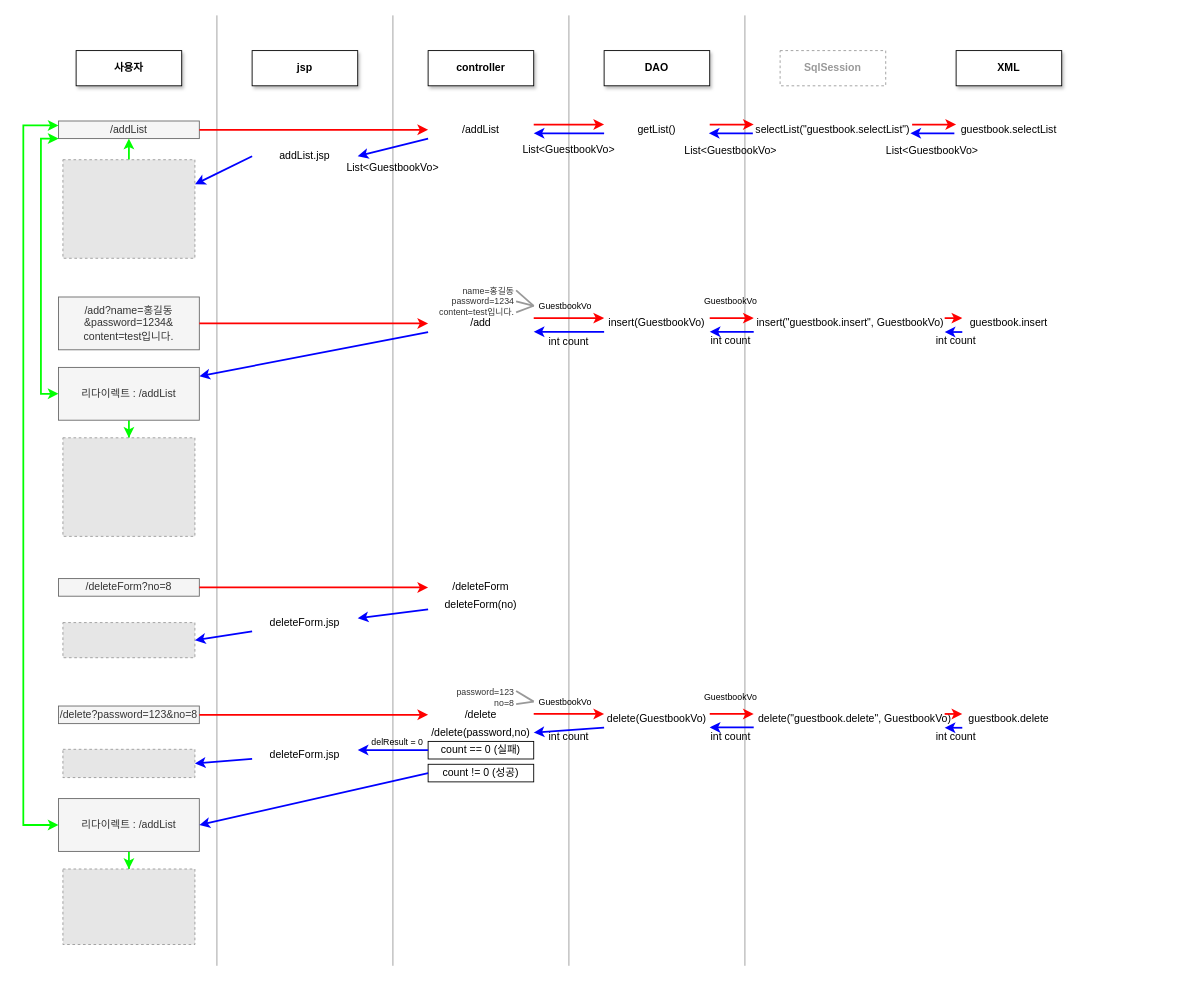
This is 시퀀스다이어그램(약식).drawio from jeter5274/guestbook5, a draw.io file, before an edit. Source tidied: cells renumbered, new cells numbered last; positions are measured from the earlier drawing's top-left corner, leaving out a move shared by most shapes. Both pictures are drawn from the tidied source at 88%, with x=0, y=0 at pixel (23, 15). Pictures stored in the file or linked from it are replaced by grey dashed boxes.
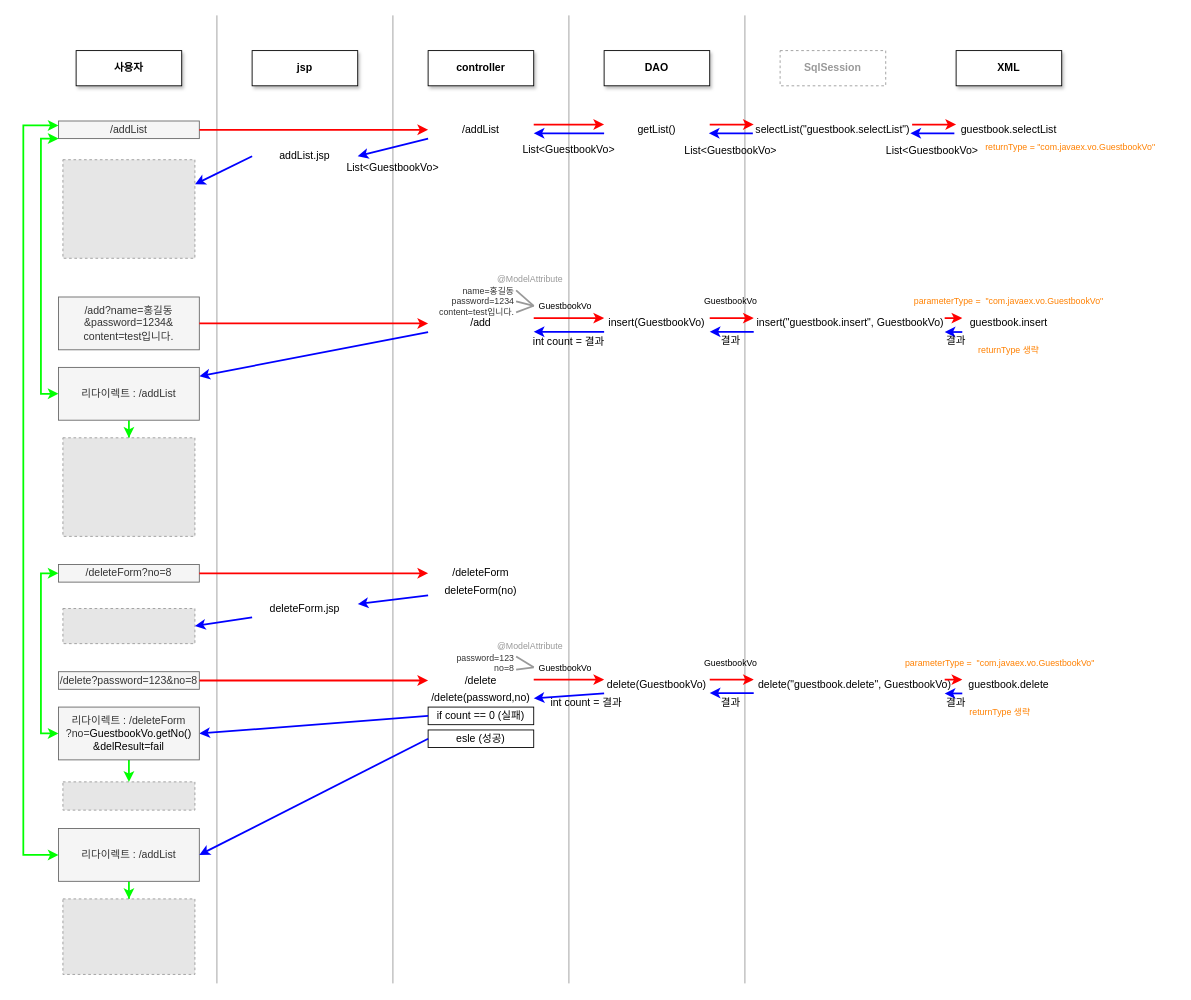
After the change.

The change refers to these unchanged cells:
```xml
<mxCell id="12" value="&lt;font&gt;/addList&lt;/font&gt;" style="rounded=0;whiteSpace=wrap;html=1;shadow=0;glass=0;sketch=0;strokeColor=#666666;fillColor=#f5f5f5;fontColor=#333333;" parent="1" vertex="1">
  <mxGeometry x="40" y="120" width="160" height="20" as="geometry" />
</mxCell>
<mxCell id="32" style="fillColor=#E6E6E6;strokeColor=#999999;dashed=1;verticalLabelPosition=bottom;labelBackgroundColor=#ffffff;verticalAlign=top;" parent="1" vertex="1">
  <mxGeometry x="45" y="164" width="150" height="112" as="geometry" />
</mxCell>
```

The edit, as a diff of the source:
```diff
@@
     <mxCell id="8" style="endArrow=none;html=1;strokeColor=#999999;" parent="1" edge="1">
       <mxGeometry relative="1" as="geometry">
-        <mxPoint x="220" y="1080" as="sourcePoint" />
+        <mxPoint x="220" y="1100" as="sourcePoint" />
         <mxPoint x="220" as="targetPoint" />
       </mxGeometry>
     </mxCell>
     <mxCell id="9" style="endArrow=none;html=1;strokeColor=#999999;" parent="1" edge="1">
       <mxGeometry relative="1" as="geometry">
-        <mxPoint x="420" y="1080" as="sourcePoint" />
+        <mxPoint x="420" y="1100" as="sourcePoint" />
         <mxPoint x="420" as="targetPoint" />
       </mxGeometry>
     </mxCell>
     <mxCell id="10" style="endArrow=none;html=1;strokeColor=#999999;" parent="1" edge="1">
       <mxGeometry relative="1" as="geometry">
-        <mxPoint x="620" y="1080" as="sourcePoint" />
+        <mxPoint x="620" y="1100" as="sourcePoint" />
         <mxPoint x="620" as="targetPoint" />
       </mxGeometry>
     </mxCell>
     <mxCell id="11" style="endArrow=none;html=1;strokeColor=#999999;" parent="1" edge="1">
       <mxGeometry relative="1" as="geometry">
-        <mxPoint x="820" y="1080" as="sourcePoint" />
+        <mxPoint x="820" y="1100" as="sourcePoint" />
         <mxPoint x="820" as="targetPoint" />
       </mxGeometry>
     </mxCell>
@@
-    <mxCell id="31" style="edgeStyle=orthogonalEdgeStyle;rounded=0;jettySize=auto;html=1;startArrow=none;startFill=0;strokeColor=#00FF00;strokeWidth=2;fontSize=10;fontColor=#000000;" parent="1" edge="1" source="32" target="12">
-      <mxGeometry relative="1" as="geometry" />
-    </mxCell>
@@
-    <mxCell id="48" value="int&amp;nbsp;count" style="text;html=1;strokeColor=none;fillColor=none;align=center;verticalAlign=middle;whiteSpace=wrap;rounded=0;shadow=0;glass=0;sketch=0;fontColor=#000000;" parent="1" vertex="1">
+    <mxCell id="48" value="결과" style="text;html=1;strokeColor=none;fillColor=none;align=center;verticalAlign=middle;whiteSpace=wrap;rounded=0;shadow=0;glass=0;sketch=0;fontColor=#000000;" parent="1" vertex="1">
       <mxGeometry x="1000" y="360" width="120" height="20" as="geometry" />
     </mxCell>
-    <mxCell id="49" value="int&amp;nbsp;count" style="text;html=1;strokeColor=none;fillColor=none;align=center;verticalAlign=middle;whiteSpace=wrap;rounded=0;shadow=0;glass=0;sketch=0;fontColor=#000000;" parent="1" vertex="1">
+    <mxCell id="49" value="결과" style="text;html=1;strokeColor=none;fillColor=none;align=center;verticalAlign=middle;whiteSpace=wrap;rounded=0;shadow=0;glass=0;sketch=0;fontColor=#000000;" parent="1" vertex="1">
       <mxGeometry x="744" y="360" width="120" height="20" as="geometry" />
     </mxCell>
@@
-    <mxCell id="51" value="int count" style="text;html=1;strokeColor=none;fillColor=none;align=center;verticalAlign=middle;whiteSpace=wrap;rounded=0;shadow=0;glass=0;sketch=0;fontColor=#000000;" parent="1" vertex="1">
+    <mxCell id="51" value="int count = 결과" style="text;html=1;strokeColor=none;fillColor=none;align=center;verticalAlign=middle;whiteSpace=wrap;rounded=0;shadow=0;glass=0;sketch=0;fontColor=#000000;" parent="1" vertex="1">
       <mxGeometry x="560" y="360.5" width="120" height="20" as="geometry" />
     </mxCell>
@@
     <mxCell id="59" value="&lt;font&gt;/deleteForm?no=8&lt;/font&gt;" style="rounded=0;whiteSpace=wrap;html=1;shadow=0;glass=0;sketch=0;strokeColor=#666666;fillColor=#f5f5f5;fontColor=#333333;" parent="1" vertex="1">
-      <mxGeometry x="40" y="640" width="160" height="20" as="geometry" />
+      <mxGeometry x="40" y="624" width="160" height="20" as="geometry" />
     </mxCell>
     <mxCell id="60" value="/deleteForm" style="text;html=1;strokeColor=none;fillColor=none;align=center;verticalAlign=middle;whiteSpace=wrap;rounded=0;shadow=0;glass=0;sketch=0;fontColor=#000000;" parent="1" vertex="1">
-      <mxGeometry x="460" y="640" width="120" height="20" as="geometry" />
+      <mxGeometry x="460" y="624" width="120" height="20" as="geometry" />
     </mxCell>
     <mxCell id="61" style="endArrow=classic;html=1;fontColor=#000000;exitX=1;exitY=0.5;exitDx=0;exitDy=0;strokeWidth=2;strokeColor=#FF0000;entryX=0;entryY=0.5;entryDx=0;entryDy=0;" parent="1" edge="1" target="60">
       <mxGeometry relative="1" as="geometry">
-        <mxPoint x="200" y="650" as="sourcePoint" />
+        <mxPoint x="200" y="634" as="sourcePoint" />
       </mxGeometry>
     </mxCell>
     <mxCell id="62" value="deleteForm(no)" style="text;html=1;strokeColor=none;fillColor=none;align=center;verticalAlign=middle;whiteSpace=wrap;rounded=0;shadow=0;glass=0;sketch=0;fontColor=#000000;" parent="1" vertex="1">
-      <mxGeometry x="460" y="660" width="120" height="20" as="geometry" />
+      <mxGeometry x="460" y="644" width="120" height="20" as="geometry" />
     </mxCell>
@@
     <mxCell id="64" style="fillColor=#E6E6E6;strokeColor=#999999;dashed=1;verticalLabelPosition=bottom;labelBackgroundColor=#ffffff;verticalAlign=top;" parent="1" vertex="1">
-      <mxGeometry x="45" y="690" width="150" height="39.9" as="geometry" />
+      <mxGeometry x="45" y="674" width="150" height="39.9" as="geometry" />
     </mxCell>
     <mxCell id="65" value="&lt;font&gt;/delete?password=123&amp;amp;no=8&lt;/font&gt;" style="rounded=0;whiteSpace=wrap;html=1;shadow=0;glass=0;sketch=0;strokeColor=#666666;fillColor=#f5f5f5;fontColor=#333333;" parent="1" vertex="1">
-      <mxGeometry x="40" y="784.8" width="160" height="20" as="geometry" />
+      <mxGeometry x="40" y="745.8" width="160" height="20" as="geometry" />
     </mxCell>
     <mxCell id="66" value="/delete" style="text;html=1;strokeColor=none;fillColor=none;align=center;verticalAlign=middle;whiteSpace=wrap;rounded=0;shadow=0;glass=0;sketch=0;fontColor=#000000;" parent="1" vertex="1">
-      <mxGeometry x="460" y="784.8" width="120" height="20" as="geometry" />
+      <mxGeometry x="460" y="745.8" width="120" height="20" as="geometry" />
     </mxCell>
@@
     <mxCell id="68" value="GuestbookVo" style="text;html=1;strokeColor=none;fillColor=none;align=center;verticalAlign=middle;whiteSpace=wrap;rounded=0;shadow=0;glass=0;sketch=0;fontColor=#000000;fontSize=10;" parent="1" vertex="1">
-      <mxGeometry x="580" y="769.8" width="72" height="20" as="geometry" />
+      <mxGeometry x="580" y="730.8" width="72" height="20" as="geometry" />
     </mxCell>
     <mxCell id="69" value="&lt;font style=&quot;font-size: 12px&quot;&gt;delete(GuestbookVo)&lt;/font&gt;" style="text;html=1;strokeColor=none;fillColor=none;align=center;verticalAlign=middle;whiteSpace=wrap;rounded=0;shadow=0;glass=0;sketch=0;fontColor=#000000;" parent="1" vertex="1">
-      <mxGeometry x="660" y="789.8" width="120" height="20" as="geometry" />
+      <mxGeometry x="660" y="750.8" width="120" height="20" as="geometry" />
     </mxCell>
     <mxCell id="70" style="endArrow=classic;html=1;fontColor=#000000;exitX=1;exitY=0.5;exitDx=0;exitDy=0;entryX=0;entryY=0.5;entryDx=0;entryDy=0;strokeWidth=2;strokeColor=#FF0000;" parent="1" edge="1">
       <mxGeometry relative="1" as="geometry">
-        <mxPoint x="580" y="793.8" as="sourcePoint" />
-        <mxPoint x="660" y="793.8" as="targetPoint" />
+        <mxPoint x="580" y="754.8" as="sourcePoint" />
+        <mxPoint x="660" y="754.8" as="targetPoint" />
       </mxGeometry>
     </mxCell>
-    <mxCell id="71" value="int&amp;nbsp;count" style="text;html=1;strokeColor=none;fillColor=none;align=center;verticalAlign=middle;whiteSpace=wrap;rounded=0;shadow=0;glass=0;sketch=0;fontColor=#000000;" parent="1" vertex="1">
-      <mxGeometry x="560" y="810.2" width="120" height="20" as="geometry" />
+    <mxCell id="71" value="int&amp;nbsp;count = 결과" style="text;html=1;strokeColor=none;fillColor=none;align=center;verticalAlign=middle;whiteSpace=wrap;rounded=0;shadow=0;glass=0;sketch=0;fontColor=#000000;" parent="1" vertex="1">
+      <mxGeometry x="580" y="771.2" width="120" height="20" as="geometry" />
     </mxCell>
     <mxCell id="72" style="endArrow=classic;html=1;fontColor=#000000;exitX=1;exitY=0.5;exitDx=0;exitDy=0;entryX=1;entryY=0.5;entryDx=0;entryDy=0;strokeWidth=2;strokeColor=#0000FF;" parent="1" edge="1" target="85">
       <mxGeometry relative="1" as="geometry">
-        <mxPoint x="660" y="809.3" as="sourcePoint" />
+        <mxPoint x="660" y="770.3" as="sourcePoint" />
       </mxGeometry>
     </mxCell>
     <mxCell id="73" value="&lt;span style=&quot;color: rgb(51 , 51 , 51) ; font-size: 10px&quot;&gt;password=123&lt;br&gt;no=8&lt;/span&gt;" style="text;html=1;strokeColor=none;fillColor=none;align=right;verticalAlign=middle;whiteSpace=wrap;rounded=0;shadow=0;glass=0;sketch=0;fontColor=#000000;fontSize=10;" parent="1" vertex="1">
-      <mxGeometry x="450" y="760.2" width="110" height="29.8" as="geometry" />
+      <mxGeometry x="450" y="721.2" width="110" height="29.8" as="geometry" />
     </mxCell>
@@
     <mxCell id="76" value="delete(&quot;guestbook.delete&quot;, GuestbookVo)" style="text;html=1;strokeColor=none;fillColor=none;align=center;verticalAlign=middle;whiteSpace=wrap;rounded=0;shadow=0;glass=0;sketch=0;fontColor=#000000;" parent="1" vertex="1">
-      <mxGeometry x="830" y="789.8" width="230" height="20" as="geometry" />
+      <mxGeometry x="830" y="750.8" width="230" height="20" as="geometry" />
     </mxCell>
     <mxCell id="77" style="endArrow=classic;html=1;fontColor=#000000;exitX=1;exitY=0.5;exitDx=0;exitDy=0;strokeWidth=2;strokeColor=#FF0000;" parent="1" edge="1">
       <mxGeometry relative="1" as="geometry">
-        <mxPoint x="780" y="793.8" as="sourcePoint" />
-        <mxPoint x="830" y="793.8" as="targetPoint" />
+        <mxPoint x="780" y="754.8" as="sourcePoint" />
+        <mxPoint x="830" y="754.8" as="targetPoint" />
       </mxGeometry>
     </mxCell>
     <mxCell id="78" value="GuestbookVo" style="text;html=1;strokeColor=none;fillColor=none;align=center;verticalAlign=middle;whiteSpace=wrap;rounded=0;shadow=0;glass=0;sketch=0;fontColor=#000000;fontSize=10;" parent="1" vertex="1">
-      <mxGeometry x="768" y="764.8" width="72" height="20" as="geometry" />
+      <mxGeometry x="768" y="725.8" width="72" height="20" as="geometry" />
     </mxCell>
     <mxCell id="79" value="guestbook.delete" style="text;html=1;strokeColor=none;fillColor=none;align=center;verticalAlign=middle;whiteSpace=wrap;rounded=0;shadow=0;glass=0;sketch=0;fontColor=#000000;" parent="1" vertex="1">
-      <mxGeometry x="1060" y="789.8" width="120" height="20" as="geometry" />
+      <mxGeometry x="1060" y="750.8" width="120" height="20" as="geometry" />
     </mxCell>
     <mxCell id="80" style="endArrow=classic;html=1;fontColor=#000000;strokeWidth=2;strokeColor=#FF0000;" parent="1" edge="1">
       <mxGeometry relative="1" as="geometry">
-        <mxPoint x="1047" y="793.8" as="sourcePoint" />
-        <mxPoint x="1067" y="793.8" as="targetPoint" />
+        <mxPoint x="1047" y="754.8" as="sourcePoint" />
+        <mxPoint x="1067" y="754.8" as="targetPoint" />
       </mxGeometry>
     </mxCell>
     <mxCell id="81" style="endArrow=classic;html=1;fontColor=#000000;strokeWidth=2;strokeColor=#0000FF;" parent="1" edge="1">
       <mxGeometry relative="1" as="geometry">
-        <mxPoint x="1067" y="809.5" as="sourcePoint" />
-        <mxPoint x="1047" y="809.5" as="targetPoint" />
+        <mxPoint x="1067" y="770.5" as="sourcePoint" />
+        <mxPoint x="1047" y="770.5" as="targetPoint" />
       </mxGeometry>
     </mxCell>
-    <mxCell id="82" value="int&amp;nbsp;count" style="text;html=1;strokeColor=none;fillColor=none;align=center;verticalAlign=middle;whiteSpace=wrap;rounded=0;shadow=0;glass=0;sketch=0;fontColor=#000000;" parent="1" vertex="1">
-      <mxGeometry x="1000" y="809.8" width="120" height="20" as="geometry" />
+    <mxCell id="82" value="결과" style="text;html=1;strokeColor=none;fillColor=none;align=center;verticalAlign=middle;whiteSpace=wrap;rounded=0;shadow=0;glass=0;sketch=0;fontColor=#000000;" parent="1" vertex="1">
+      <mxGeometry x="1000" y="770.8" width="120" height="20" as="geometry" />
     </mxCell>
     <mxCell id="83" style="endArrow=classic;html=1;fontColor=#000000;exitX=1;exitY=0.5;exitDx=0;exitDy=0;strokeWidth=2;strokeColor=#0000FF;" parent="1" edge="1">
       <mxGeometry relative="1" as="geometry">
-        <mxPoint x="830" y="809.1" as="sourcePoint" />
-        <mxPoint x="780" y="809.1" as="targetPoint" />
+        <mxPoint x="830" y="770.1" as="sourcePoint" />
+        <mxPoint x="780" y="770.1" as="targetPoint" />
       </mxGeometry>
     </mxCell>
-    <mxCell id="84" value="int&amp;nbsp;count" style="text;html=1;strokeColor=none;fillColor=none;align=center;verticalAlign=middle;whiteSpace=wrap;rounded=0;shadow=0;glass=0;sketch=0;fontColor=#000000;" parent="1" vertex="1">
-      <mxGeometry x="744" y="810.2" width="120" height="20" as="geometry" />
+    <mxCell id="84" value="결과" style="text;html=1;strokeColor=none;fillColor=none;align=center;verticalAlign=middle;whiteSpace=wrap;rounded=0;shadow=0;glass=0;sketch=0;fontColor=#000000;" parent="1" vertex="1">
+      <mxGeometry x="744" y="771.2" width="120" height="20" as="geometry" />
     </mxCell>
     <mxCell id="85" value="/delete(password,no)" style="text;html=1;strokeColor=none;fillColor=none;align=center;verticalAlign=middle;whiteSpace=wrap;rounded=0;shadow=0;glass=0;sketch=0;fontColor=#000000;" parent="1" vertex="1">
-      <mxGeometry x="460" y="805" width="120" height="20" as="geometry" />
+      <mxGeometry x="460" y="766" width="120" height="20" as="geometry" />
     </mxCell>
-    <mxCell id="86" value="count == 0 (실패)" style="text;html=1;fillColor=none;align=center;verticalAlign=middle;whiteSpace=wrap;rounded=0;shadow=0;glass=0;sketch=0;fontColor=#000000;strokeColor=#000000;" parent="1" vertex="1">
-      <mxGeometry x="460" y="825" width="120" height="20" as="geometry" />
+    <mxCell id="86" value="if count == 0 (실패)" style="text;html=1;fillColor=none;align=center;verticalAlign=middle;whiteSpace=wrap;rounded=0;shadow=0;glass=0;sketch=0;fontColor=#000000;strokeColor=#000000;" parent="1" vertex="1">
+      <mxGeometry x="460" y="786" width="120" height="20" as="geometry" />
     </mxCell>
-    <mxCell id="87" value="count != 0 (성공)" style="text;html=1;fillColor=none;align=center;verticalAlign=middle;whiteSpace=wrap;rounded=0;shadow=0;glass=0;sketch=0;fontColor=#000000;strokeColor=#000000;" parent="1" vertex="1">
-      <mxGeometry x="460" y="851" width="120" height="20" as="geometry" />
+    <mxCell id="87" value="esle (성공)" style="text;html=1;fillColor=none;align=center;verticalAlign=middle;whiteSpace=wrap;rounded=0;shadow=0;glass=0;sketch=0;fontColor=#000000;strokeColor=#000000;" parent="1" vertex="1">
+      <mxGeometry x="460" y="812" width="120" height="20" as="geometry" />
     </mxCell>
-    <mxCell id="88" style="endArrow=classic;html=1;fontColor=#000000;exitX=0;exitY=0.5;exitDx=0;exitDy=0;strokeWidth=2;strokeColor=#0000FF;entryX=1;entryY=0.25;entryDx=0;entryDy=0;" parent="1" edge="1" source="86" target="89">
+    <mxCell id="88" style="endArrow=classic;html=1;fontColor=#000000;exitX=0;exitY=0.5;exitDx=0;exitDy=0;strokeWidth=2;strokeColor=#0000FF;entryX=1;entryY=0.5;entryDx=0;entryDy=0;" parent="1" edge="1" source="86" target="104">
       <mxGeometry relative="1" as="geometry" />
     </mxCell>
-    <mxCell id="89" value="deleteForm.jsp" style="text;html=1;strokeColor=none;fillColor=none;align=center;verticalAlign=middle;whiteSpace=wrap;rounded=0;shadow=0;glass=0;sketch=0;fontColor=#000000;" parent="1" vertex="1">
-      <mxGeometry x="260" y="829.8" width="120" height="20.2" as="geometry" />
-    </mxCell>
     <mxCell id="90" value="deleteForm.jsp" style="text;html=1;strokeColor=none;fillColor=none;align=center;verticalAlign=middle;whiteSpace=wrap;rounded=0;shadow=0;glass=0;sketch=0;fontColor=#000000;" parent="1" vertex="1">
-      <mxGeometry x="260" y="680" width="120" height="20" as="geometry" />
+      <mxGeometry x="260" y="664" width="120" height="20" as="geometry" />
     </mxCell>
@@
-    <mxCell id="92" style="endArrow=classic;html=1;fontColor=#000000;exitX=0;exitY=0.75;exitDx=0;exitDy=0;strokeWidth=2;strokeColor=#0000FF;entryX=1;entryY=0.5;entryDx=0;entryDy=0;" parent="1" edge="1" source="89" target="93">
-      <mxGeometry relative="1" as="geometry" />
-    </mxCell>
     <mxCell id="93" style="fillColor=#E6E6E6;strokeColor=#999999;dashed=1;verticalLabelPosition=bottom;labelBackgroundColor=#ffffff;verticalAlign=top;" parent="1" vertex="1">
-      <mxGeometry x="45" y="834" width="150" height="32.1" as="geometry" />
+      <mxGeometry x="45" y="871" width="150" height="32.1" as="geometry" />
     </mxCell>
-    <mxCell id="94" value="delResult = 0" style="text;whiteSpace=wrap;html=1;fontSize=10;fontColor=#000000;" parent="1" vertex="1">
-      <mxGeometry x="394" y="814" width="70" height="20" as="geometry" />
-    </mxCell>
     <mxCell id="95" style="edgeStyle=orthogonalEdgeStyle;rounded=0;jettySize=auto;html=1;exitX=0;exitY=0.5;exitDx=0;exitDy=0;entryX=0;entryY=0.25;entryDx=0;entryDy=0;startArrow=classic;startFill=1;strokeWidth=2;fontSize=10;fontColor=#000000;strokeColor=#00FF00;" parent="1" edge="1" source="97" target="12">
       <mxGeometry relative="1" as="geometry">
         <Array as="points">
-          <mxPoint y="920" />
+          <mxPoint y="954" />
           <mxPoint y="125" />
         </Array>
       </mxGeometry>
     </mxCell>
@@
     <mxCell id="97" value="리다이렉트 : /addList" style="rounded=0;whiteSpace=wrap;html=1;shadow=0;glass=0;sketch=0;strokeColor=#666666;fillColor=#f5f5f5;fontColor=#333333;" parent="1" vertex="1">
-      <mxGeometry x="40" y="890" width="160" height="60" as="geometry" />
+      <mxGeometry x="40" y="924" width="160" height="60" as="geometry" />
     </mxCell>
@@
     <mxCell id="99" style="fillColor=#E6E6E6;strokeColor=#999999;dashed=1;verticalLabelPosition=bottom;labelBackgroundColor=#ffffff;verticalAlign=top;" parent="1" vertex="1">
-      <mxGeometry x="45" y="970" width="150" height="85.8" as="geometry" />
+      <mxGeometry x="45" y="1004" width="150" height="85.8" as="geometry" />
     </mxCell>
+    <mxCell id="100" value="@ModelAttribute" style="text;html=1;strokeColor=none;fillColor=none;align=center;verticalAlign=middle;whiteSpace=wrap;rounded=0;shadow=0;glass=0;sketch=0;fontSize=10;fontColor=#999999;" parent="1" vertex="1">
+      <mxGeometry x="540" y="290" width="72" height="20" as="geometry" />
+    </mxCell>
+    <mxCell id="101" value="@ModelAttribute" style="text;html=1;strokeColor=none;fillColor=none;align=center;verticalAlign=middle;whiteSpace=wrap;rounded=0;shadow=0;glass=0;sketch=0;fontSize=10;fontColor=#999999;" parent="1" vertex="1">
+      <mxGeometry x="540" y="705.8" width="72" height="20" as="geometry" />
+    </mxCell>
+    <mxCell id="102" style="edgeStyle=orthogonalEdgeStyle;rounded=0;jettySize=auto;html=1;exitX=0;exitY=0.5;exitDx=0;exitDy=0;entryX=0;entryY=0.5;entryDx=0;entryDy=0;fontColor=#999999;strokeColor=#00FF00;strokeWidth=2;startArrow=classic;startFill=1;" parent="1" edge="1" source="104" target="59">
+      <mxGeometry relative="1" as="geometry" />
+    </mxCell>
+    <mxCell id="103" style="edgeStyle=orthogonalEdgeStyle;rounded=0;jettySize=auto;html=1;strokeColor=#00FF00;strokeWidth=2;fontColor=#999999;" parent="1" edge="1" source="104" target="93">
+      <mxGeometry relative="1" as="geometry" />
+    </mxCell>
+    <mxCell id="104" value="&lt;font style=&quot;font-size: 12px&quot;&gt;리다이렉트 : /deleteForm&lt;br&gt;?no=&lt;span style=&quot;color: rgb(0 , 0 , 0)&quot;&gt;GuestbookVo.getNo()&lt;br&gt;&amp;amp;delResult=fail&lt;/span&gt;&lt;/font&gt;" style="rounded=0;whiteSpace=wrap;html=1;shadow=0;glass=0;sketch=0;strokeColor=#666666;fillColor=#f5f5f5;fontColor=#333333;" parent="1" vertex="1">
+      <mxGeometry x="40" y="786" width="160" height="60" as="geometry" />
+    </mxCell>
+    <mxCell id="105" value="parameterType =&amp;nbsp; &quot;com.javaex.vo.GuestbookVo&quot;" style="text;html=1;strokeColor=none;fillColor=none;align=center;verticalAlign=middle;whiteSpace=wrap;rounded=0;shadow=0;glass=0;sketch=0;fontSize=10;fontColor=#FF8000;" parent="1" vertex="1">
+      <mxGeometry x="1000" y="315" width="240" height="20" as="geometry" />
+    </mxCell>
+    <mxCell id="106" value="returnType 생략" style="text;html=1;strokeColor=none;fillColor=none;align=center;verticalAlign=middle;whiteSpace=wrap;rounded=0;shadow=0;glass=0;sketch=0;fontSize=10;fontColor=#FF8000;" parent="1" vertex="1">
+      <mxGeometry x="1000" y="370" width="240" height="20" as="geometry" />
+    </mxCell>
+    <mxCell id="107" value="parameterType =&amp;nbsp; &quot;com.javaex.vo.GuestbookVo&quot;" style="text;html=1;strokeColor=none;fillColor=none;align=center;verticalAlign=middle;whiteSpace=wrap;rounded=0;shadow=0;glass=0;sketch=0;fontSize=10;fontColor=#FF8000;" parent="1" vertex="1">
+      <mxGeometry x="990" y="725.8" width="240" height="20" as="geometry" />
+    </mxCell>
+    <mxCell id="108" value="returnType 생략" style="text;html=1;strokeColor=none;fillColor=none;align=center;verticalAlign=middle;whiteSpace=wrap;rounded=0;shadow=0;glass=0;sketch=0;fontSize=10;fontColor=#FF8000;" parent="1" vertex="1">
+      <mxGeometry x="990" y="780.8" width="240" height="20" as="geometry" />
+    </mxCell>
+    <mxCell id="109" value="returnType = &quot;com.javaex.vo.GuestbookVo&quot;" style="text;html=1;strokeColor=none;fillColor=none;align=center;verticalAlign=middle;whiteSpace=wrap;rounded=0;shadow=0;glass=0;sketch=0;fontSize=10;fontColor=#FF8000;" parent="1" vertex="1">
+      <mxGeometry x="1070" y="140" width="240" height="20" as="geometry" />
+    </mxCell>
```
